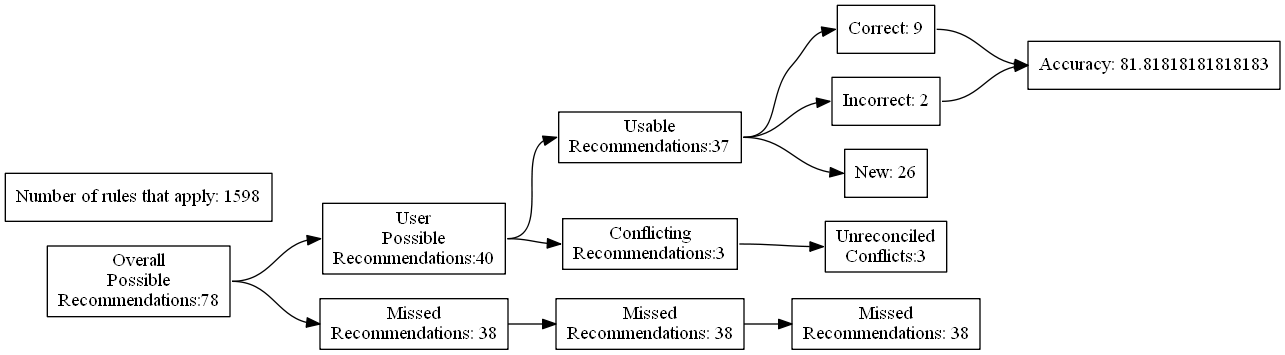
Before: test_renders/70.gv.png, a diagram exported from Graphviz (ZaxR/ibd_diet_analysis). Its source is kept beside it as test_renders/70.gv.
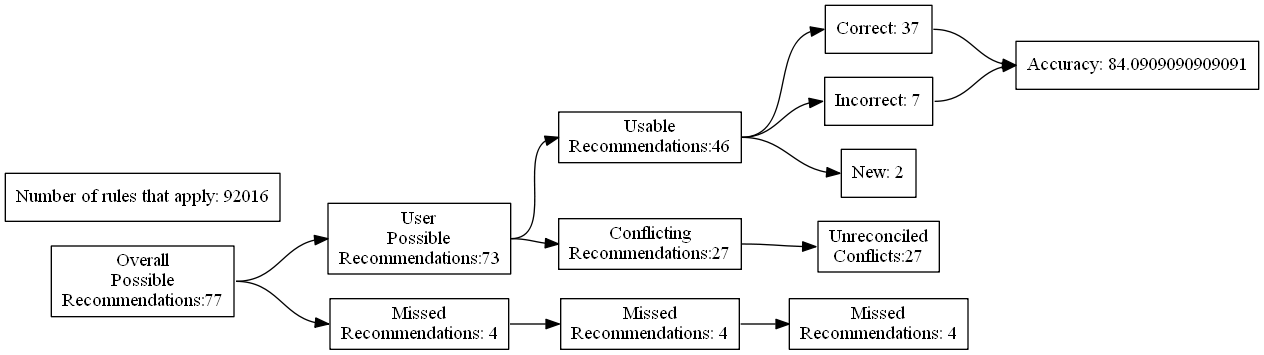
Later version of the same file.

The edit, as a diff of the source:
```diff
@@ -4,27 +4,27 @@
 	edge [headport=w tailport=e]
 		A [label="Overall
 Possible
-Recommendations:78"]
+Recommendations:77"]
 		B [label="User
 Possible
-Recommendations:40"]
+Recommendations:73"]
 		C [label="Missed
-Recommendations: 38"]
+Recommendations: 4"]
 		D [label="Usable
-Recommendations:37"]
+Recommendations:46"]
 		E [label="Conflicting
-Recommendations:3"]
+Recommendations:27"]
 		J [label="Missed
-Recommendations: 38"]
+Recommendations: 4"]
 		M [label="Unreconciled
-Conflicts:3"]
-		F [label="Correct: 9"]
-		G [label="Incorrect: 2"]
-		H [label="New: 26"]
+Conflicts:27"]
+		F [label="Correct: 37"]
+		G [label="Incorrect: 7"]
+		H [label="New: 2"]
 		K [label="Missed
-Recommendations: 38"]
-		I [label="Accuracy: 81.81818181818183"]
-		l [label="Number of rules that apply: 1598"]
+Recommendations: 4"]
+		I [label="Accuracy: 84.0909090909091"]
+		l [label="Number of rules that apply: 92016"]
 			A -> B
 			A -> C
 			B -> D
```
